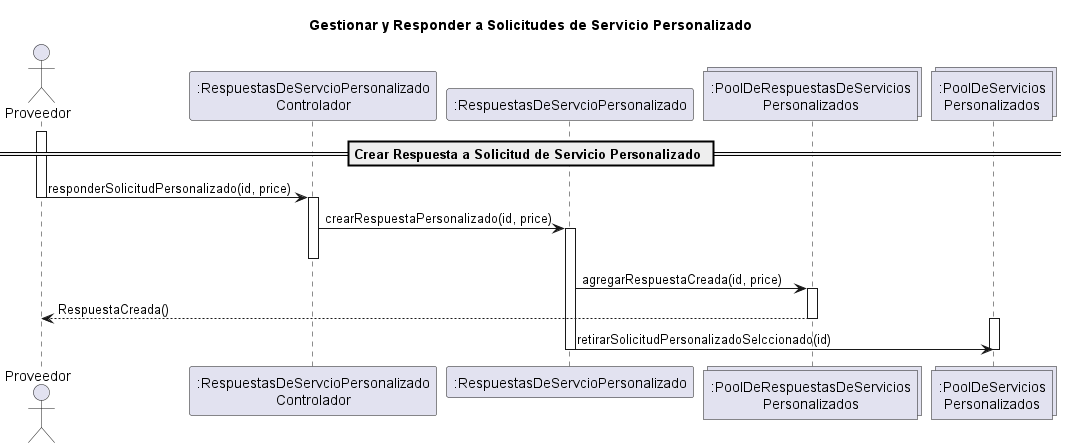
Above: docs/out/usecases/CU17/SD17/SD17.png in UPSA-Projects/docs-condominio (PlantUML), before the change.
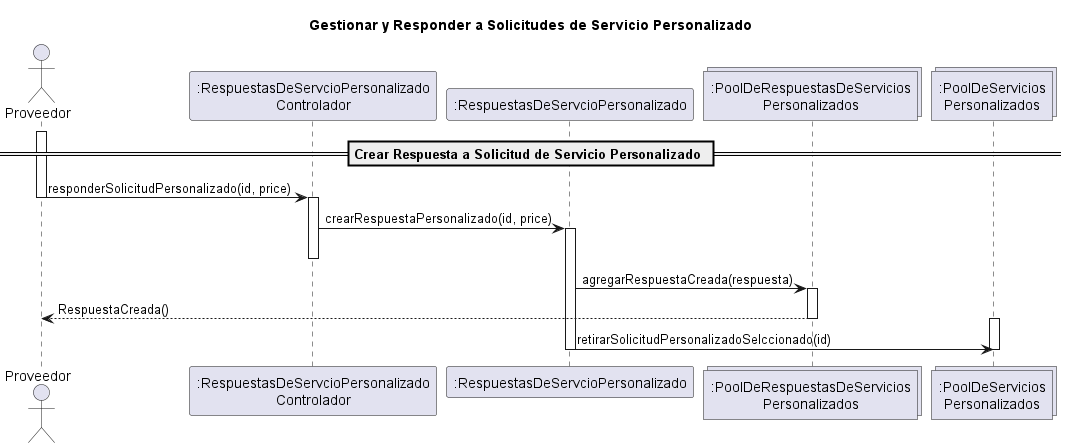
The same diagram one commit later.

What changed in the source:
```diff
@@ -18,7 +18,7 @@
 Controlador -> Respuesta : crearRespuestaPersonalizado(id, price)
 activate Respuesta
 deactivate Controlador
-Respuesta -> PoolRespuesta : agregarRespuestaCreada(id, price)
+Respuesta -> PoolRespuesta : agregarRespuestaCreada(respuesta)
 activate PoolRespuesta
 PoolRespuesta --> Proveedor : RespuestaCreada()
 deactivate PoolRespuesta
```
